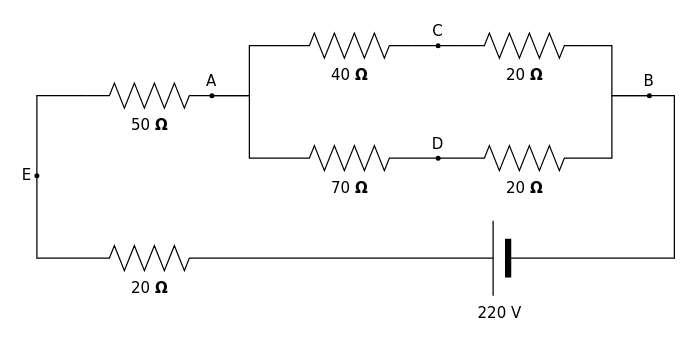
Before: roundtrip-test.drawio in alderg/sandbox, a draw.io diagram. Source tidied: cells renumbered, new cells numbered last; positions are measured from the earlier drawing's top-left corner, leaving out a move shared by most shapes. Both pictures are drawn from the tidied source at 125%, with x=0, y=0 at pixel (34, 32).
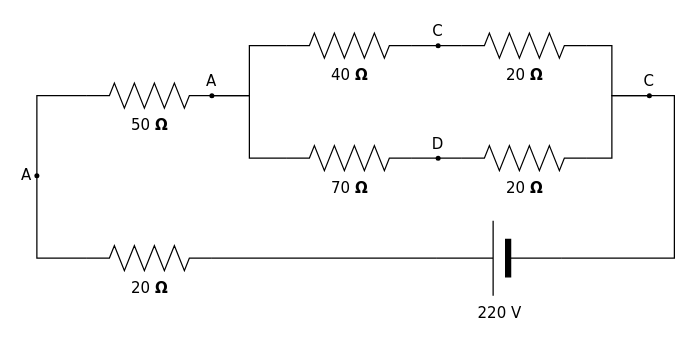
The same diagram, later.

The edit, as a diff of the source:
```diff
@@
-    <mxCell id="21" value="B" style="ellipse;whiteSpace=wrap;html=1;rounded=1;shadow=0;comic=0;labelBackgroundColor=none;strokeColor=none;strokeWidth=2;fillColor=#000000;fontFamily=Verdana;fontSize=12;fontColor=#000000;align=center;labelPosition=center;verticalLabelPosition=top;verticalAlign=bottom;" parent="1" vertex="1">
+    <mxCell id="21" value="C" style="ellipse;whiteSpace=wrap;html=1;rounded=1;shadow=0;comic=0;labelBackgroundColor=none;strokeColor=none;strokeWidth=2;fillColor=#000000;fontFamily=Verdana;fontSize=12;fontColor=#000000;align=center;labelPosition=center;verticalLabelPosition=top;verticalAlign=bottom;" parent="1" vertex="1">
       <mxGeometry x="490" y="48" width="4" height="4" as="geometry" />
     </mxCell>
-    <mxCell id="22" value="E" style="ellipse;whiteSpace=wrap;html=1;rounded=1;shadow=0;comic=0;labelBackgroundColor=none;strokeColor=none;strokeWidth=2;fillColor=#000000;fontFamily=Verdana;fontSize=12;fontColor=#000000;align=right;labelPosition=left;verticalLabelPosition=middle;verticalAlign=middle;" parent="1" vertex="1">
+    <mxCell id="22" value="A" style="ellipse;whiteSpace=wrap;html=1;rounded=1;shadow=0;comic=0;labelBackgroundColor=none;strokeColor=none;strokeWidth=2;fillColor=#000000;fontFamily=Verdana;fontSize=12;fontColor=#000000;align=right;labelPosition=left;verticalLabelPosition=middle;verticalAlign=middle;" parent="1" vertex="1">
       <mxGeometry y="112" width="4" height="4" as="geometry" />
     </mxCell>
```
